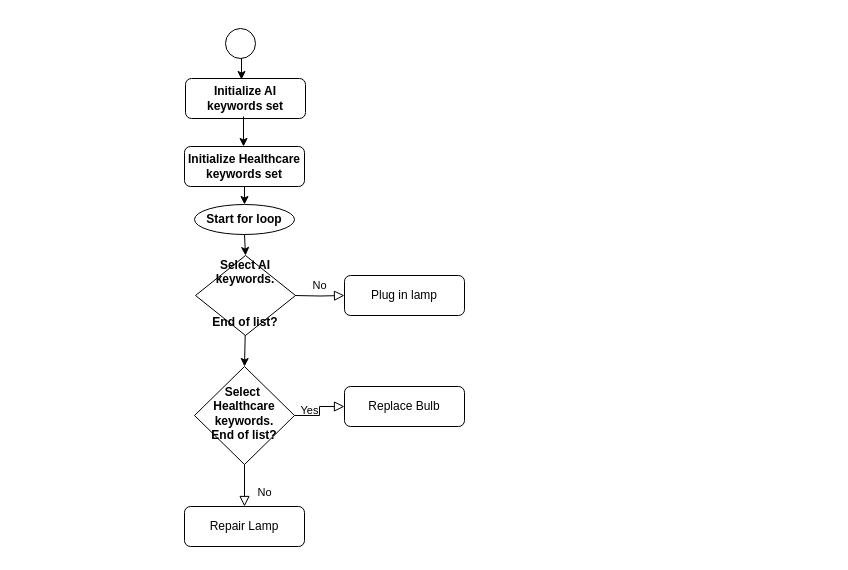
The draw.io diagram f;owchart.drawio in ngendajo/exercises, before the edit. Source tidied: cells renumbered, new cells numbered last; positions are measured from the earlier drawing's top-left corner, leaving out a move shared by most shapes. Both pictures are drawn from the tidied source at 100%, with x=0, y=0 at pixel (184, 28).
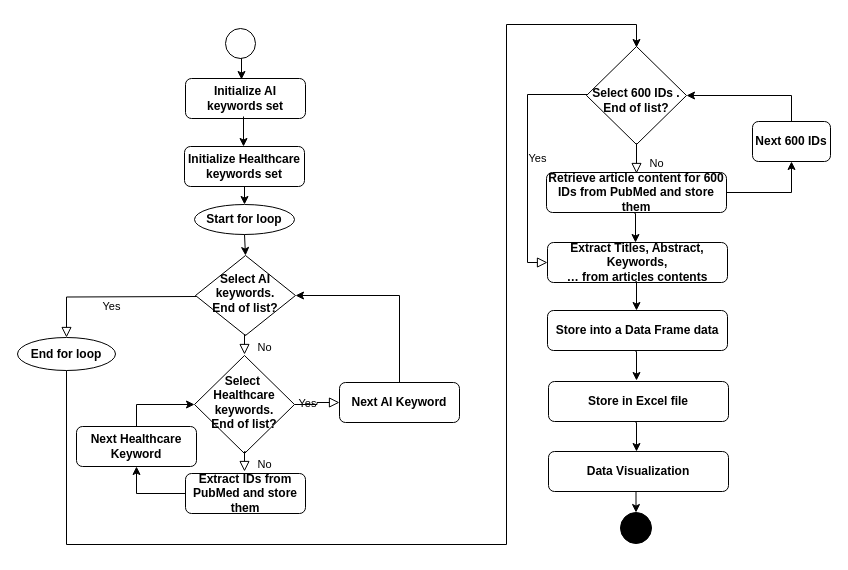
The same diagram, later.

The edit, as a diff of the source:
```diff
@@
-    <mxCell id="3" value="No" style="edgeStyle=orthogonalEdgeStyle;rounded=0;html=1;jettySize=auto;fontSize=11;endArrow=block;endFill=0;endSize=8;strokeWidth=1;shadow=0;labelBackgroundColor=none;" parent="1" edge="1" target="5">
-      <mxGeometry y="10" relative="1" as="geometry">
-        <mxPoint x="110" y="267" as="sourcePoint" />
-      </mxGeometry>
-    </mxCell>
-    <mxCell id="4" value="&lt;p style=&quot;margin-top: 0pt; margin-bottom: 0pt; margin-left: 0in; direction: ltr; unicode-bidi: embed; word-break: normal;&quot;&gt;&lt;span style=&quot;font-family: Calibri; font-weight: bold;&quot;&gt;&lt;font style=&quot;font-size: 12px;&quot;&gt;Select AI keywords.&lt;/font&gt;&lt;/span&gt;&lt;/p&gt;&lt;br/&gt;&lt;br/&gt;&lt;p style=&quot;margin-top: 0pt; margin-bottom: 0pt; margin-left: 0in; direction: ltr; unicode-bidi: embed; word-break: normal;&quot;&gt;&lt;span style=&quot;font-family: Calibri; font-weight: bold;&quot;&gt;&lt;font style=&quot;font-size: 12px;&quot;&gt;End of list?&lt;/font&gt;&lt;/span&gt;&lt;/p&gt;" style="rhombus;whiteSpace=wrap;html=1;shadow=0;fontFamily=Helvetica;fontSize=12;align=center;strokeWidth=1;spacing=6;spacingTop=-4;" parent="1" vertex="1">
+    <mxCell id="4" value="&lt;p style=&quot;margin-top: 0pt; margin-bottom: 0pt; margin-left: 0in; direction: ltr; unicode-bidi: embed; word-break: normal;&quot;&gt;&lt;span style=&quot;font-family: Calibri; font-weight: bold;&quot;&gt;&lt;font style=&quot;font-size: 12px;&quot;&gt;Select AI keywords.&lt;/font&gt;&lt;/span&gt;&lt;/p&gt;&lt;p style=&quot;margin-top: 0pt; margin-bottom: 0pt; margin-left: 0in; direction: ltr; unicode-bidi: embed; word-break: normal;&quot;&gt;&lt;span style=&quot;font-family: Calibri; font-weight: bold;&quot;&gt;&lt;font style=&quot;font-size: 12px;&quot;&gt;End of list?&lt;/font&gt;&lt;/span&gt;&lt;/p&gt;" style="rhombus;whiteSpace=wrap;html=1;shadow=0;fontFamily=Helvetica;fontSize=12;align=center;strokeWidth=1;spacing=6;spacingTop=-4;" parent="1" vertex="1">
       <mxGeometry x="11" y="227" width="100" height="80" as="geometry" />
     </mxCell>
-    <mxCell id="5" value="Plug in lamp" style="rounded=1;whiteSpace=wrap;html=1;fontSize=12;glass=0;strokeWidth=1;shadow=0;" parent="1" vertex="1">
-      <mxGeometry x="160" y="247" width="120" height="40" as="geometry" />
-    </mxCell>
-    <mxCell id="6" value="No" style="rounded=0;html=1;jettySize=auto;fontSize=11;endArrow=block;endFill=0;endSize=8;strokeWidth=1;shadow=0;labelBackgroundColor=none;edgeStyle=orthogonalEdgeStyle;" parent="1" edge="1" source="8" target="9">
-      <mxGeometry x="0.33" y="20" relative="1" as="geometry" />
-    </mxCell>
@@
     <mxCell id="8" value="&lt;p style=&quot;margin-top: 0pt; margin-bottom: 0pt; margin-left: 0in; direction: ltr; unicode-bidi: embed; word-break: normal;&quot;&gt;&lt;span style=&quot;font-family: Calibri; font-weight: bold;&quot;&gt;&lt;font style=&quot;font-size: 12px;&quot;&gt;Select&amp;nbsp;&lt;/font&gt;&lt;/span&gt;&lt;/p&gt;&lt;p style=&quot;margin-top: 0pt; margin-bottom: 0pt; margin-left: 0in; direction: ltr; unicode-bidi: embed; word-break: normal;&quot;&gt;&lt;span style=&quot;font-family: Calibri; font-weight: bold;&quot;&gt;&lt;font style=&quot;font-size: 12px;&quot;&gt;Healthcare keywords.&lt;/font&gt;&lt;/span&gt;&lt;/p&gt;&lt;p style=&quot;margin-top: 0pt; margin-bottom: 0pt; margin-left: 0in; direction: ltr; unicode-bidi: embed; word-break: normal;&quot;&gt;&lt;span style=&quot;font-family: Calibri; font-weight: bold;&quot;&gt;&lt;font style=&quot;font-size: 12px;&quot;&gt;End of list?&lt;/font&gt;&lt;/span&gt;&lt;/p&gt;" style="rhombus;whiteSpace=wrap;html=1;shadow=0;fontFamily=Helvetica;fontSize=12;align=center;strokeWidth=1;spacing=6;spacingTop=-4;" parent="1" vertex="1">
-      <mxGeometry x="10" y="338" width="100" height="98" as="geometry" />
+      <mxGeometry x="10" y="327" width="100" height="98" as="geometry" />
     </mxCell>
-    <mxCell id="9" value="Repair Lamp" style="rounded=1;whiteSpace=wrap;html=1;fontSize=12;glass=0;strokeWidth=1;shadow=0;" parent="1" vertex="1">
-      <mxGeometry y="478" width="120" height="40" as="geometry" />
+    <mxCell id="9" value="&lt;p style=&quot;margin-top: 0pt; margin-bottom: 0pt; margin-left: 0in; direction: ltr; unicode-bidi: embed; word-break: normal;&quot;&gt;&lt;span style=&quot;font-family: Calibri; font-weight: bold;&quot;&gt;&lt;font style=&quot;font-size: 12px;&quot;&gt;Extract IDs from PubMed and store&lt;br/&gt;them&lt;/font&gt;&lt;/span&gt;&lt;/p&gt;" style="rounded=1;whiteSpace=wrap;html=1;fontSize=12;glass=0;strokeWidth=1;shadow=0;" parent="1" vertex="1">
+      <mxGeometry x="1" y="445" width="120" height="40" as="geometry" />
     </mxCell>
+    <mxCell id="19" style="edgeStyle=orthogonalEdgeStyle;rounded=0;jettySize=auto;html=1;exitX=0.5;exitY=0;exitDx=0;exitDy=0;entryX=1;entryY=0.5;entryDx=0;entryDy=0;" parent="1" edge="1" source="10" target="4">
+      <mxGeometry relative="1" as="geometry" />
+    </mxCell>
-    <mxCell id="10" value="Replace Bulb" style="rounded=1;whiteSpace=wrap;html=1;fontSize=12;glass=0;strokeWidth=1;shadow=0;" parent="1" vertex="1">
-      <mxGeometry x="160" y="358" width="120" height="40" as="geometry" />
+    <mxCell id="10" value="&lt;p style=&quot;margin-top: 0pt; margin-bottom: 0pt; margin-left: 0in; direction: ltr; unicode-bidi: embed; word-break: normal;&quot;&gt;&lt;span style=&quot;font-family: Calibri; font-weight: bold;&quot;&gt;&lt;font style=&quot;font-size: 12px;&quot;&gt;Next AI Keyword&lt;/font&gt;&lt;/span&gt;&lt;/p&gt;" style="rounded=1;whiteSpace=wrap;html=1;fontSize=12;glass=0;strokeWidth=1;shadow=0;" parent="1" vertex="1">
+      <mxGeometry x="155" y="354" width="120" height="40" as="geometry" />
     </mxCell>
@@
-    <mxCell id="18" style="endArrow=classic;html=1;rounded=0;exitX=0.497;exitY=1.096;exitDx=0;exitDy=0;exitPerimeter=0;" parent="1" edge="1">
-      <mxGeometry relative="1" as="geometry">
-        <mxPoint x="60.7" y="306.7" as="sourcePoint" />
-        <mxPoint x="60" y="338" as="targetPoint" />
-      </mxGeometry>
-    </mxCell>
+    <mxCell id="20" value="No" style="rounded=0;html=1;jettySize=auto;orthogonalLoop=1;fontSize=11;endArrow=block;endFill=0;endSize=8;strokeWidth=1;shadow=0;labelBackgroundColor=none;edgeStyle=orthogonalEdgeStyle;" parent="1" edge="1">
+      <mxGeometry x="0.33" y="20" relative="1" as="geometry">
+        <mxPoint x="61" y="306" as="sourcePoint" />
+        <mxPoint x="60" y="326" as="targetPoint" />
+      </mxGeometry>
+    </mxCell>
+    <mxCell id="21" style="edgeStyle=orthogonalEdgeStyle;rounded=0;jettySize=auto;html=1;exitX=0.5;exitY=0;exitDx=0;exitDy=0;entryX=0;entryY=0.5;entryDx=0;entryDy=0;" parent="1" edge="1" source="22" target="8">
+      <mxGeometry relative="1" as="geometry" />
+    </mxCell>
+    <mxCell id="22" value="&lt;p style=&quot;margin-top: 0pt; margin-bottom: 0pt; margin-left: 0in; direction: ltr; unicode-bidi: embed; word-break: normal;&quot;&gt;&lt;span style=&quot;font-family: Calibri; font-weight: bold;&quot;&gt;&lt;font style=&quot;font-size: 12px;&quot;&gt;Next Healthcare Keyword&lt;/font&gt;&lt;/span&gt;&lt;/p&gt;" style="rounded=1;whiteSpace=wrap;html=1;fontSize=12;glass=0;strokeWidth=1;shadow=0;" parent="1" vertex="1">
+      <mxGeometry x="-108" y="398" width="120" height="40" as="geometry" />
+    </mxCell>
+    <mxCell id="23" value="No" style="rounded=0;html=1;jettySize=auto;orthogonalLoop=1;fontSize=11;endArrow=block;endFill=0;endSize=8;strokeWidth=1;shadow=0;labelBackgroundColor=none;edgeStyle=orthogonalEdgeStyle;" parent="1" edge="1">
+      <mxGeometry x="0.33" y="20" relative="1" as="geometry">
+        <mxPoint x="61" y="423" as="sourcePoint" />
+        <mxPoint x="60" y="443" as="targetPoint" />
+      </mxGeometry>
+    </mxCell>
+    <mxCell id="24" style="edgeStyle=orthogonalEdgeStyle;rounded=0;jettySize=auto;html=1;exitX=0;exitY=0.5;exitDx=0;exitDy=0;entryX=0.5;entryY=1;entryDx=0;entryDy=0;" parent="1" edge="1" source="9" target="22">
+      <mxGeometry relative="1" as="geometry" />
+    </mxCell>
+    <mxCell id="25" style="edgeStyle=orthogonalEdgeStyle;rounded=0;jettySize=auto;html=1;exitX=0.5;exitY=1;exitDx=0;exitDy=0;" parent="1" edge="1" source="26">
+      <mxGeometry relative="1" as="geometry">
+        <mxPoint x="452" y="19" as="targetPoint" />
+        <Array as="points">
+          <mxPoint x="-118" y="516" />
+          <mxPoint x="322" y="516" />
+          <mxPoint x="322" y="-4" />
+          <mxPoint x="452" y="-4" />
+        </Array>
+      </mxGeometry>
+    </mxCell>
+    <mxCell id="26" value="&lt;p style=&quot;language:en-US;margin-top:0pt;margin-bottom:0pt;margin-left:0in;&lt;br/&gt;text-align:left;direction:ltr;unicode-bidi:embed;mso-line-break-override:none;&lt;br/&gt;word-break:normal;punctuation-wrap:hanging&quot;&gt;&lt;span style=&quot;font-family: Calibri;&quot;&gt;&lt;b style=&quot;&quot;&gt;&lt;font style=&quot;font-size: 12px;&quot;&gt;End for loop&lt;/font&gt;&lt;/b&gt;&lt;/span&gt;&lt;/p&gt;" style="ellipse;whiteSpace=wrap;html=1;" parent="1" vertex="1">
+      <mxGeometry x="-167" y="309" width="98" height="33" as="geometry" />
+    </mxCell>
+    <mxCell id="27" value="Yes" style="edgeStyle=orthogonalEdgeStyle;rounded=0;html=1;jettySize=auto;fontSize=11;endArrow=block;endFill=0;endSize=8;strokeWidth=1;shadow=0;labelBackgroundColor=none;entryX=0.5;entryY=0;entryDx=0;entryDy=0;" parent="1" edge="1" target="26">
+      <mxGeometry y="10" relative="1" as="geometry">
+        <mxPoint x="12" y="268" as="sourcePoint" />
+      </mxGeometry>
+    </mxCell>
+    <mxCell id="28" value="&lt;p style=&quot;margin-top: 0pt; margin-bottom: 0pt; margin-left: 0in; direction: ltr; unicode-bidi: embed; word-break: normal;&quot;&gt;&lt;span style=&quot;font-family: Calibri; font-weight: bold;&quot;&gt;&lt;font style=&quot;font-size: 12px;&quot;&gt;&lt;br&gt;&lt;/font&gt;&lt;/span&gt;&lt;/p&gt;&lt;p style=&quot;margin-top: 0pt; margin-bottom: 0pt; margin-left: 0in; direction: ltr; unicode-bidi: embed; word-break: normal;&quot;&gt;&lt;span style=&quot;font-family: Calibri; font-weight: bold;&quot;&gt;&lt;font style=&quot;font-size: 12px;&quot;&gt;Select 600 IDs .&lt;/font&gt;&lt;/span&gt;&lt;/p&gt;&lt;p style=&quot;margin-top: 0pt; margin-bottom: 0pt; margin-left: 0in; direction: ltr; unicode-bidi: embed; word-break: normal;&quot;&gt;&lt;span style=&quot;font-family: Calibri; font-weight: bold; background-color: initial;&quot;&gt;End of list?&lt;/span&gt;&lt;br&gt;&lt;/p&gt;" style="rhombus;whiteSpace=wrap;html=1;shadow=0;fontFamily=Helvetica;fontSize=12;align=center;strokeWidth=1;spacing=6;spacingTop=-4;" parent="1" vertex="1">
+      <mxGeometry x="402" y="18" width="100" height="98" as="geometry" />
+    </mxCell>
+    <mxCell id="29" style="edgeStyle=orthogonalEdgeStyle;rounded=0;orthogonalLoop=1;jettySize=auto;html=1;exitX=0.5;exitY=1;exitDx=0;exitDy=0;" parent="1" edge="1" source="28" target="28">
+      <mxGeometry relative="1" as="geometry" />
+    </mxCell>
+    <mxCell id="30" style="edgeStyle=orthogonalEdgeStyle;rounded=0;jettySize=auto;html=1;exitX=0.5;exitY=0;exitDx=0;exitDy=0;entryX=1;entryY=0.5;entryDx=0;entryDy=0;" parent="1" edge="1" source="31" target="28">
+      <mxGeometry relative="1" as="geometry" />
+    </mxCell>
+    <mxCell id="31" value="&lt;p style=&quot;margin-top: 0pt; margin-bottom: 0pt; margin-left: 0in; direction: ltr; unicode-bidi: embed; word-break: normal;&quot;&gt;&lt;span style=&quot;font-family: Calibri; font-weight: bold;&quot;&gt;&lt;font style=&quot;font-size: 12px;&quot;&gt;Next 600 IDs&lt;/font&gt;&lt;/span&gt;&lt;/p&gt;" style="rounded=1;whiteSpace=wrap;html=1;fontSize=12;glass=0;strokeWidth=1;shadow=0;" parent="1" vertex="1">
+      <mxGeometry x="568" y="93" width="78" height="40" as="geometry" />
+    </mxCell>
+    <mxCell id="32" style="edgeStyle=orthogonalEdgeStyle;rounded=0;jettySize=auto;html=1;exitX=1;exitY=0.5;exitDx=0;exitDy=0;entryX=0.5;entryY=1;entryDx=0;entryDy=0;" parent="1" edge="1" source="34" target="31">
+      <mxGeometry relative="1" as="geometry" />
+    </mxCell>
+    <mxCell id="33" style="edgeStyle=orthogonalEdgeStyle;rounded=0;orthogonalLoop=1;jettySize=auto;html=1;exitX=0.5;exitY=1;exitDx=0;exitDy=0;entryX=0.5;entryY=0;entryDx=0;entryDy=0;" parent="1" edge="1">
+      <mxGeometry relative="1" as="geometry">
+        <mxPoint x="450" y="185" as="sourcePoint" />
+        <mxPoint x="451" y="214" as="targetPoint" />
+      </mxGeometry>
+    </mxCell>
+    <mxCell id="34" value="&lt;p style=&quot;margin-top: 0pt; margin-bottom: 0pt; margin-left: 0in; direction: ltr; unicode-bidi: embed; word-break: normal;&quot;&gt;&lt;span style=&quot;font-family: Calibri; font-weight: bold;&quot;&gt;&lt;font style=&quot;font-size: 12px;&quot;&gt;Retrieve article content for 600&lt;br/&gt;IDs from PubMed and store them&lt;/font&gt;&lt;/span&gt;&lt;/p&gt;" style="rounded=1;whiteSpace=wrap;html=1;fontSize=12;glass=0;strokeWidth=1;shadow=0;" parent="1" vertex="1">
+      <mxGeometry x="362" y="144" width="180" height="40" as="geometry" />
+    </mxCell>
+    <mxCell id="35" value="No" style="rounded=0;html=1;jettySize=auto;orthogonalLoop=1;fontSize=11;endArrow=block;endFill=0;endSize=8;strokeWidth=1;shadow=0;labelBackgroundColor=none;edgeStyle=orthogonalEdgeStyle;entryX=0.5;entryY=0;entryDx=0;entryDy=0;" parent="1" edge="1">
+      <mxGeometry x="0.33" y="20" relative="1" as="geometry">
+        <mxPoint x="453" y="115" as="sourcePoint" />
+        <mxPoint x="452" y="145" as="targetPoint" />
+      </mxGeometry>
+    </mxCell>
+    <mxCell id="36" value="&lt;p style=&quot;margin-top: 0pt; margin-bottom: 0pt; margin-left: 0in; direction: ltr; unicode-bidi: embed; word-break: normal;&quot;&gt;&lt;span style=&quot;font-family: Calibri; font-weight: bold;&quot;&gt;&lt;font style=&quot;font-size: 12px;&quot;&gt;Extract Titles, Abstract, Keywords,&lt;br/&gt;… from articles contents&lt;/font&gt;&lt;/span&gt;&lt;/p&gt;" style="rounded=1;whiteSpace=wrap;html=1;fontSize=12;glass=0;strokeWidth=1;shadow=0;" parent="1" vertex="1">
+      <mxGeometry x="363" y="214" width="180" height="40" as="geometry" />
+    </mxCell>
+    <mxCell id="37" value="Yes" style="edgeStyle=orthogonalEdgeStyle;rounded=0;html=1;jettySize=auto;fontSize=11;endArrow=block;endFill=0;endSize=8;strokeWidth=1;shadow=0;labelBackgroundColor=none;entryX=0;entryY=0.5;entryDx=0;entryDy=0;" parent="1" edge="1" source="28" target="36">
+      <mxGeometry y="10" relative="1" as="geometry">
+        <Array as="points">
+          <mxPoint x="343" y="66" />
+          <mxPoint x="343" y="234" />
+        </Array>
+      </mxGeometry>
+    </mxCell>
+    <mxCell id="38" value="&lt;p style=&quot;margin-top: 0pt; margin-bottom: 0pt; margin-left: 0in; direction: ltr; unicode-bidi: embed; word-break: normal;&quot;&gt;&lt;span style=&quot;font-family: Calibri; font-weight: bold;&quot;&gt;&lt;font style=&quot;font-size: 12px;&quot;&gt;Store into a Data Frame data&lt;/font&gt;&lt;/span&gt;&lt;/p&gt;" style="rounded=1;whiteSpace=wrap;html=1;fontSize=12;glass=0;strokeWidth=1;shadow=0;" parent="1" vertex="1">
+      <mxGeometry x="363" y="282" width="180" height="40" as="geometry" />
+    </mxCell>
+    <mxCell id="39" style="edgeStyle=orthogonalEdgeStyle;rounded=0;orthogonalLoop=1;jettySize=auto;html=1;exitX=0.5;exitY=1;exitDx=0;exitDy=0;entryX=0.5;entryY=0;entryDx=0;entryDy=0;" parent="1" edge="1">
+      <mxGeometry relative="1" as="geometry">
+        <mxPoint x="451" y="323" as="sourcePoint" />
+        <mxPoint x="452" y="352" as="targetPoint" />
+      </mxGeometry>
+    </mxCell>
+    <mxCell id="40" value="&lt;p style=&quot;margin-top: 0pt; margin-bottom: 0pt; margin-left: 0in; direction: ltr; unicode-bidi: embed; word-break: normal;&quot;&gt;&lt;span style=&quot;font-family: Calibri; font-weight: bold;&quot;&gt;&lt;font style=&quot;font-size: 12px;&quot;&gt;Store in Excel file&lt;/font&gt;&lt;/span&gt;&lt;/p&gt;" style="rounded=1;whiteSpace=wrap;html=1;fontSize=12;glass=0;strokeWidth=1;shadow=0;" parent="1" vertex="1">
+      <mxGeometry x="364" y="353" width="180" height="40" as="geometry" />
+    </mxCell>
+    <mxCell id="41" style="edgeStyle=orthogonalEdgeStyle;rounded=0;orthogonalLoop=1;jettySize=auto;html=1;exitX=0.5;exitY=1;exitDx=0;exitDy=0;entryX=0.5;entryY=0;entryDx=0;entryDy=0;" parent="1" edge="1">
+      <mxGeometry relative="1" as="geometry">
+        <mxPoint x="451" y="394" as="sourcePoint" />
+        <mxPoint x="452" y="423" as="targetPoint" />
+      </mxGeometry>
+    </mxCell>
+    <mxCell id="42" style="edgeStyle=orthogonalEdgeStyle;rounded=0;jettySize=auto;html=1;exitX=0.5;exitY=1;exitDx=0;exitDy=0;entryX=0.5;entryY=0;entryDx=0;entryDy=0;" parent="1" edge="1" source="43" target="45">
+      <mxGeometry relative="1" as="geometry" />
+    </mxCell>
+    <mxCell id="43" value="&lt;p style=&quot;margin-top: 0pt; margin-bottom: 0pt; margin-left: 0in; direction: ltr; unicode-bidi: embed; word-break: normal;&quot;&gt;&lt;span style=&quot;font-family: Calibri; font-weight: bold;&quot;&gt;&lt;font style=&quot;font-size: 12px;&quot;&gt;Data Visualization&lt;/font&gt;&lt;/span&gt;&lt;/p&gt;" style="rounded=1;whiteSpace=wrap;html=1;fontSize=12;glass=0;strokeWidth=1;shadow=0;" parent="1" vertex="1">
+      <mxGeometry x="364" y="423" width="180" height="40" as="geometry" />
+    </mxCell>
+    <mxCell id="44" style="edgeStyle=orthogonalEdgeStyle;rounded=0;orthogonalLoop=1;jettySize=auto;html=1;exitX=0.5;exitY=1;exitDx=0;exitDy=0;entryX=0.5;entryY=0;entryDx=0;entryDy=0;" parent="1" edge="1">
+      <mxGeometry relative="1" as="geometry">
+        <mxPoint x="451" y="253" as="sourcePoint" />
+        <mxPoint x="452" y="282" as="targetPoint" />
+      </mxGeometry>
+    </mxCell>
+    <mxCell id="45" style="ellipse;whiteSpace=wrap;html=1;fillColor=#000000;" parent="1" vertex="1">
+      <mxGeometry x="436" y="484" width="31" height="31" as="geometry" />
+    </mxCell>
```
